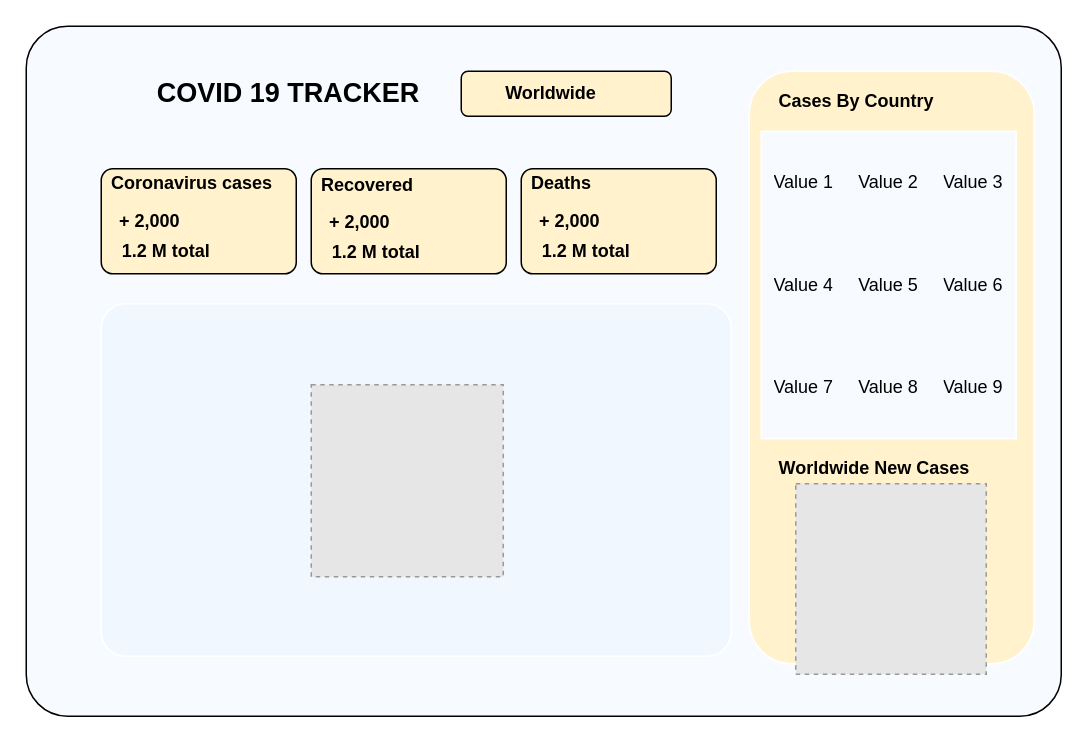
Above: Untitled Diagram.drawio in ofortes/Testing (draw.io), before the change. Source tidied: cells renumbered, new cells numbered last; positions are measured from the earlier drawing's top-left corner, leaving out a move shared by most shapes. Both pictures are drawn from the tidied source at 150%, with x=0, y=0 at pixel (26, 26). Pictures stored in the file or linked from it are replaced by grey dashed boxes.
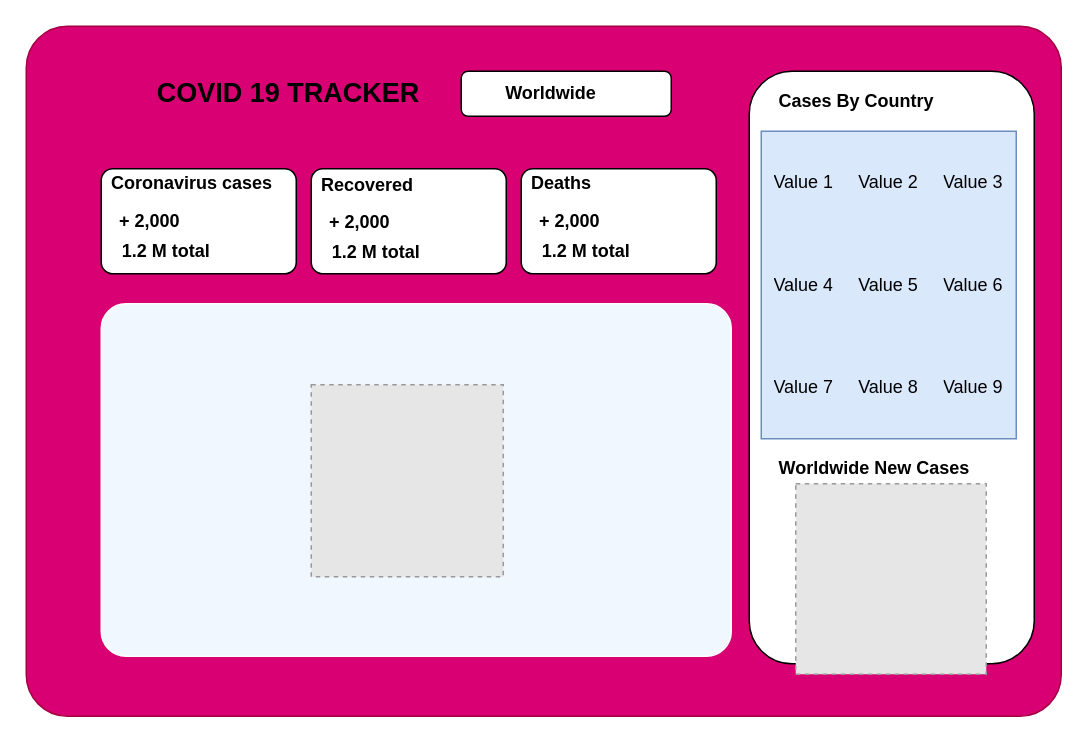
Above is the later version.

Diff of the diagram source:
```diff
@@
-    <mxCell id="2" style="rounded=1;whiteSpace=wrap;html=1;fillColor=#F7FBFF;arcSize=6;" parent="1" vertex="1">
+    <mxCell id="2" style="rounded=1;whiteSpace=wrap;html=1;fillColor=#d80073;arcSize=6;strokeColor=#A50040;fontColor=#ffffff;" parent="1" vertex="1">
       <mxGeometry width="690" height="460" as="geometry" />
     </mxCell>
@@
-    <mxCell id="4" style="rounded=1;whiteSpace=wrap;html=1;fillColor=#FFF2CC;" parent="1" vertex="1">
+    <mxCell id="4" style="rounded=1;whiteSpace=wrap;html=1;" parent="1" vertex="1">
       <mxGeometry x="290" y="30" width="140" height="30" as="geometry" />
     </mxCell>
@@
-    <mxCell id="6" style="rounded=1;whiteSpace=wrap;html=1;fillColor=#FFF2CC;arcSize=11;" parent="1" vertex="1">
+    <mxCell id="6" style="rounded=1;whiteSpace=wrap;html=1;arcSize=11;" parent="1" vertex="1">
       <mxGeometry x="50" y="95" width="130" height="70" as="geometry" />
     </mxCell>
@@
-    <mxCell id="10" style="rounded=1;whiteSpace=wrap;html=1;fillColor=#FFF2CC;arcSize=11;" parent="1" vertex="1">
+    <mxCell id="10" style="rounded=1;whiteSpace=wrap;html=1;arcSize=11;" parent="1" vertex="1">
       <mxGeometry x="190" y="95" width="130" height="70" as="geometry" />
     </mxCell>
-    <mxCell id="11" style="rounded=1;whiteSpace=wrap;html=1;fillColor=#FFF2CC;arcSize=11;" parent="1" vertex="1">
+    <mxCell id="11" style="rounded=1;whiteSpace=wrap;html=1;arcSize=11;" parent="1" vertex="1">
       <mxGeometry x="330" y="95" width="130" height="70" as="geometry" />
     </mxCell>
@@
-    <mxCell id="20" style="rounded=1;whiteSpace=wrap;html=1;fillColor=#FFF2CC;strokeColor=#FFFFFF;" parent="1" vertex="1">
+    <mxCell id="20" style="rounded=1;whiteSpace=wrap;html=1;" parent="1" vertex="1">
       <mxGeometry x="482" y="30" width="190" height="395" as="geometry" />
     </mxCell>
@@
-    <mxCell id="24" style="shape=table;html=1;whiteSpace=wrap;startSize=0;childLayout=tableLayout;columnLines=0;rowLines=0;strokeColor=#FFFFFF;fillColor=#F7FBFF;" parent="1" vertex="1">
+    <mxCell id="24" style="shape=table;html=1;whiteSpace=wrap;startSize=0;childLayout=tableLayout;columnLines=0;rowLines=0;strokeColor=#6c8ebf;fillColor=#dae8fc;" parent="1" vertex="1">
       <mxGeometry x="490" y="70" width="170" height="205" as="geometry" />
     </mxCell>
```
